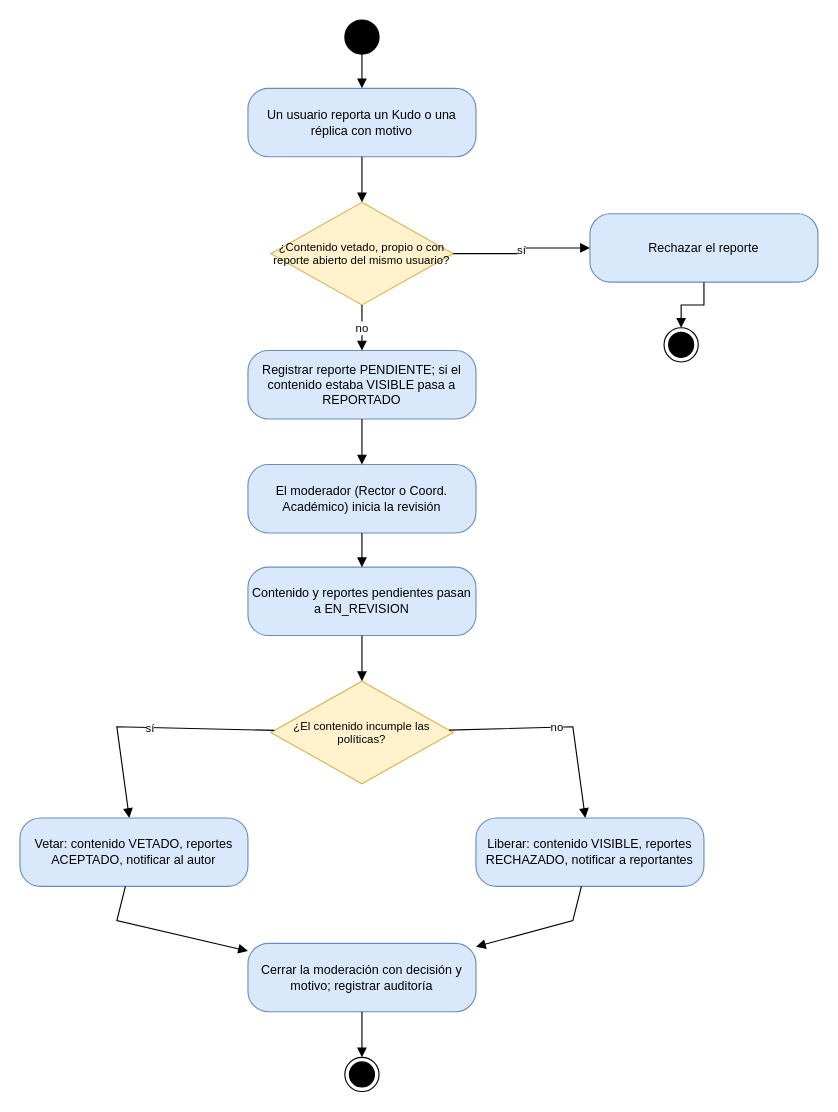
The draw.io diagram page "Moderación de contenido" (2 of 3) of documentacion/fuentes/diagramas-actividad.drawio in JaiderSoto07/kudos-backend, before the edit. Source tidied: cells renumbered, new cells numbered last; positions are measured from the earlier drawing's top-left corner, leaving out a move shared by most shapes. Both pictures are drawn from the tidied source at 114%, with x=0, y=0 at pixel (19, 19).
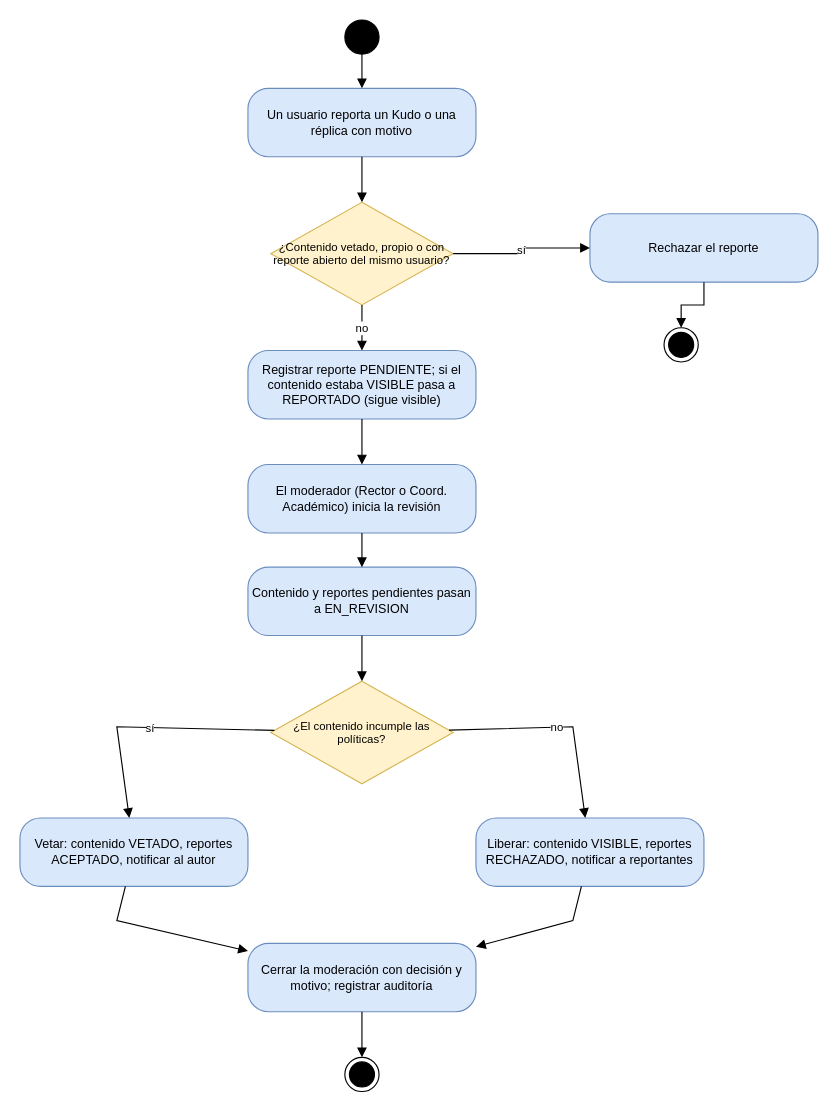
After the change.

Change to the diagram source:
```diff
@@
-    <mxCell id="6" value="Registrar reporte PENDIENTE; si el contenido estaba VISIBLE pasa a REPORTADO" style="rounded=1;whiteSpace=wrap;html=1;arcSize=30;fillColor=#dae8fc;strokeColor=#6c8ebf;fontSize=11;" parent="1" vertex="1">
+    <mxCell id="6" value="Registrar reporte PENDIENTE; si el contenido estaba VISIBLE pasa a REPORTADO (sigue visible)" style="rounded=1;whiteSpace=wrap;html=1;arcSize=30;fillColor=#dae8fc;strokeColor=#6c8ebf;fontSize=11;" parent="1" vertex="1">
       <mxGeometry x="200" y="290" width="200" height="60" as="geometry" />
     </mxCell>
```
